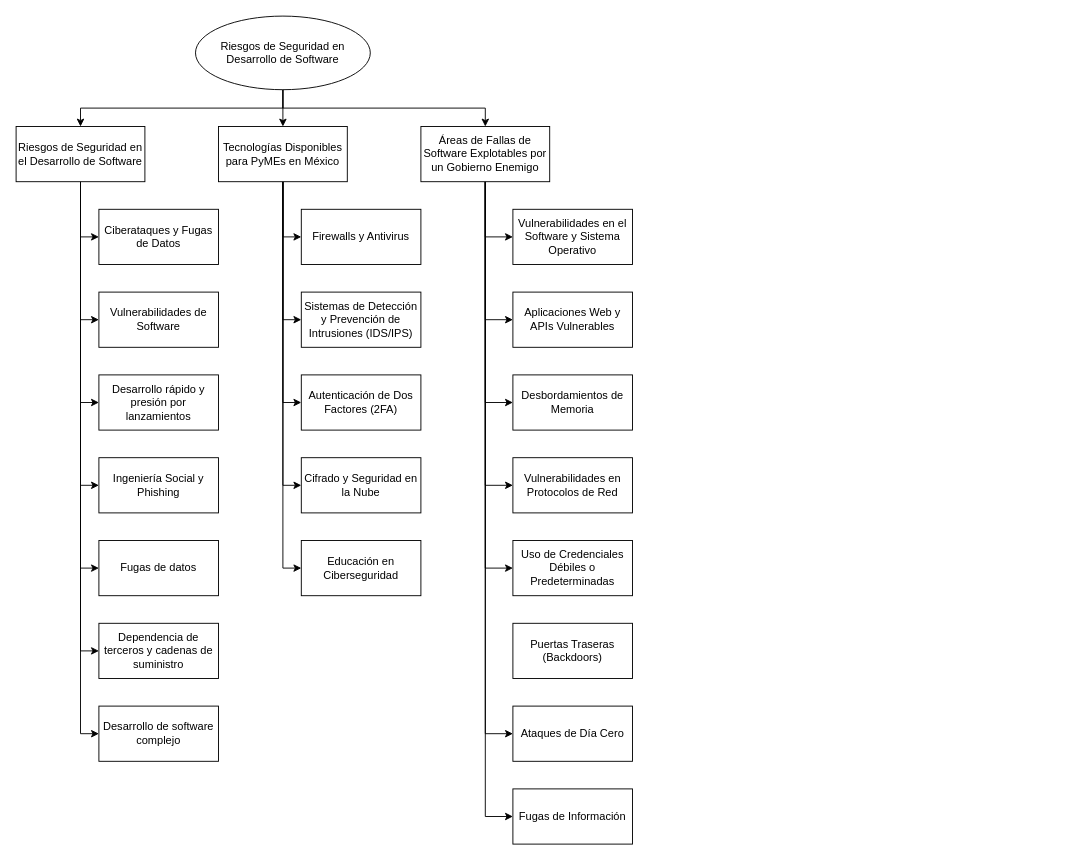
This is Mapa Mental Desarrollo Software Seguro.drawio from joseAcevesG/Mapa-Mental-Desarrollo-Software-Seguro, a draw.io file, before an edit. Source tidied: cells renumbered, new cells numbered last; positions are measured from the earlier drawing's top-left corner, leaving out a move shared by most shapes. Both pictures are drawn from the tidied source at 92%, with x=0, y=0 at pixel (16, 16).
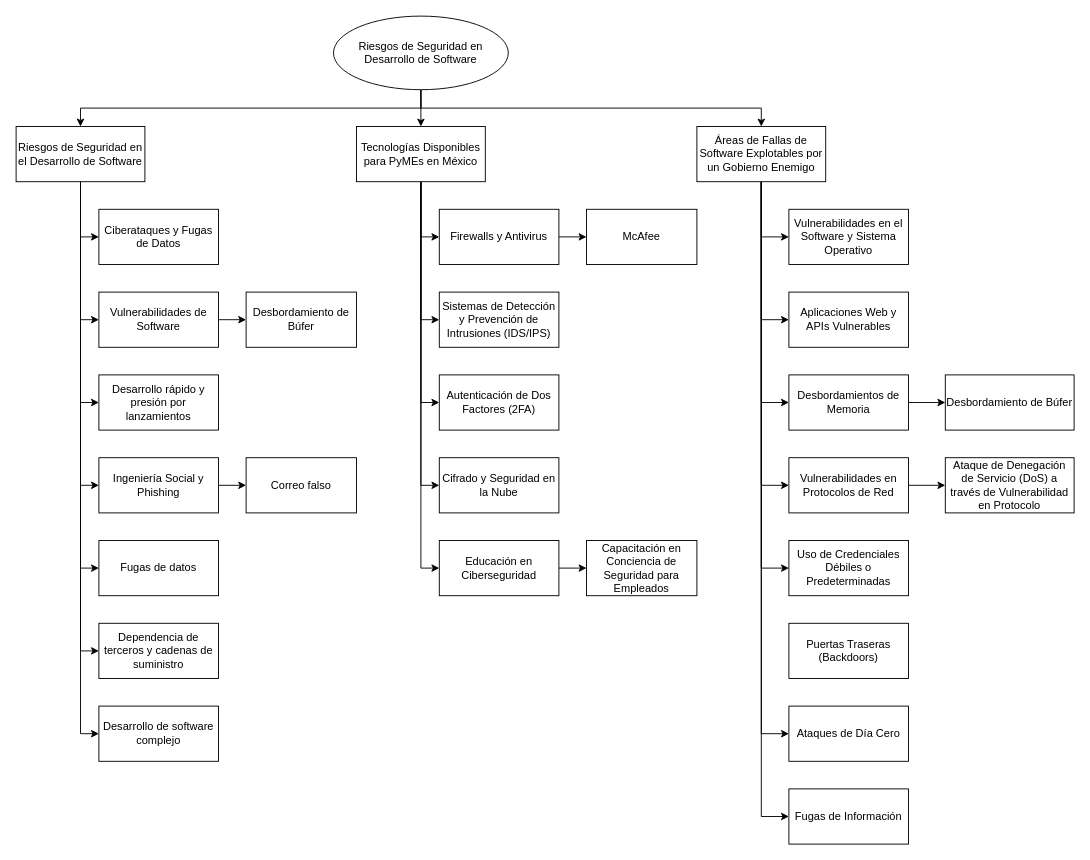
After the change.

The change refers to these unchanged cells:
```xml
<mxCell id="29" value="Vulnerabilidades de Software" style="rounded=0;whiteSpace=wrap;html=1;" parent="1" vertex="1">
  <mxGeometry x="90" y="300" width="130" height="60" as="geometry" />
</mxCell>
<mxCell id="31" value="Ingeniería Social y Phishing" style="rounded=0;whiteSpace=wrap;html=1;" parent="1" vertex="1">
  <mxGeometry x="90" y="480" width="130" height="60" as="geometry" />
</mxCell>
```

What changed in the source:
```diff
@@
     <mxCell id="5" value=" Riesgos de Seguridad en Desarrollo de Software" style="ellipse;whiteSpace=wrap;html=1;" parent="1" vertex="1">
-      <mxGeometry x="195" width="190" height="80" as="geometry" />
+      <mxGeometry x="345" width="190" height="80" as="geometry" />
     </mxCell>
@@
     <mxCell id="19" value="Tecnologías Disponibles para PyMEs en México" style="rounded=0;whiteSpace=wrap;html=1;" parent="1" vertex="1">
-      <mxGeometry x="220" y="120" width="140" height="60" as="geometry" />
+      <mxGeometry x="370" y="120" width="140" height="60" as="geometry" />
     </mxCell>
@@
     <mxCell id="27" value="Áreas de Fallas de Software Explotables por un Gobierno Enemigo" style="rounded=0;whiteSpace=wrap;html=1;" parent="1" vertex="1">
-      <mxGeometry x="440" y="120" width="140" height="60" as="geometry" />
+      <mxGeometry x="740" y="120" width="140" height="60" as="geometry" />
     </mxCell>
@@
+    <mxCell id="48" style="edgeStyle=orthogonalEdgeStyle;rounded=0;jettySize=auto;html=1;exitX=1;exitY=0.5;exitDx=0;exitDy=0;entryX=0;entryY=0.5;entryDx=0;entryDy=0;" parent="1" edge="1" source="29" target="54">
+      <mxGeometry relative="1" as="geometry" />
+    </mxCell>
+    <mxCell id="49" style="edgeStyle=orthogonalEdgeStyle;rounded=0;jettySize=auto;html=1;exitX=1;exitY=0.5;exitDx=0;exitDy=0;entryX=0;entryY=0.5;entryDx=0;entryDy=0;" parent="1" edge="1" source="31" target="55">
+      <mxGeometry relative="1" as="geometry" />
+    </mxCell>
@@
+    <mxCell id="50" style="edgeStyle=orthogonalEdgeStyle;rounded=0;jettySize=auto;html=1;exitX=1;exitY=0.5;exitDx=0;exitDy=0;entryX=0;entryY=0.5;entryDx=0;entryDy=0;" parent="1" edge="1" source="35" target="56">
+      <mxGeometry relative="1" as="geometry" />
+    </mxCell>
     <mxCell id="35" value="Firewalls y Antivirus" style="rounded=0;whiteSpace=wrap;html=1;" parent="1" vertex="1">
-      <mxGeometry x="310" y="210" width="130" height="60" as="geometry" />
+      <mxGeometry x="460" y="210" width="130" height="60" as="geometry" />
     </mxCell>
     <mxCell id="36" value="Sistemas de Detección y Prevención de Intrusiones (IDS/IPS)" style="rounded=0;whiteSpace=wrap;html=1;" parent="1" vertex="1">
-      <mxGeometry x="310" y="300" width="130" height="60" as="geometry" />
+      <mxGeometry x="460" y="300" width="130" height="60" as="geometry" />
     </mxCell>
     <mxCell id="37" value="Autenticación de Dos Factores (2FA)" style="rounded=0;whiteSpace=wrap;html=1;" parent="1" vertex="1">
-      <mxGeometry x="310" y="390" width="130" height="60" as="geometry" />
+      <mxGeometry x="460" y="390" width="130" height="60" as="geometry" />
     </mxCell>
     <mxCell id="38" value="Cifrado y Seguridad en la Nube" style="rounded=0;whiteSpace=wrap;html=1;" parent="1" vertex="1">
-      <mxGeometry x="310" y="480" width="130" height="60" as="geometry" />
+      <mxGeometry x="460" y="480" width="130" height="60" as="geometry" />
     </mxCell>
+    <mxCell id="51" style="edgeStyle=orthogonalEdgeStyle;rounded=0;jettySize=auto;html=1;exitX=1;exitY=0.5;exitDx=0;exitDy=0;entryX=0;entryY=0.5;entryDx=0;entryDy=0;" parent="1" edge="1" source="39" target="57">
+      <mxGeometry relative="1" as="geometry" />
+    </mxCell>
     <mxCell id="39" value="Educación en Ciberseguridad" style="rounded=0;whiteSpace=wrap;html=1;" parent="1" vertex="1">
-      <mxGeometry x="310" y="570" width="130" height="60" as="geometry" />
+      <mxGeometry x="460" y="570" width="130" height="60" as="geometry" />
     </mxCell>
     <mxCell id="40" value="Vulnerabilidades en el Software y Sistema Operativo" style="rounded=0;whiteSpace=wrap;html=1;" parent="1" vertex="1">
-      <mxGeometry x="540" y="210" width="130" height="60" as="geometry" />
+      <mxGeometry x="840" y="210" width="130" height="60" as="geometry" />
     </mxCell>
     <mxCell id="41" value="Aplicaciones Web y APIs Vulnerables" style="rounded=0;whiteSpace=wrap;html=1;" parent="1" vertex="1">
-      <mxGeometry x="540" y="300" width="130" height="60" as="geometry" />
+      <mxGeometry x="840" y="300" width="130" height="60" as="geometry" />
     </mxCell>
+    <mxCell id="52" style="edgeStyle=orthogonalEdgeStyle;rounded=0;jettySize=auto;html=1;entryX=0;entryY=0.5;entryDx=0;entryDy=0;" parent="1" edge="1" source="42" target="58">
+      <mxGeometry relative="1" as="geometry" />
+    </mxCell>
     <mxCell id="42" value="Desbordamientos de Memoria" style="rounded=0;whiteSpace=wrap;html=1;" parent="1" vertex="1">
-      <mxGeometry x="540" y="390" width="130" height="60" as="geometry" />
+      <mxGeometry x="840" y="390" width="130" height="60" as="geometry" />
     </mxCell>
+    <mxCell id="53" style="edgeStyle=orthogonalEdgeStyle;rounded=0;jettySize=auto;html=1;entryX=0;entryY=0.5;entryDx=0;entryDy=0;" parent="1" edge="1" source="43" target="59">
+      <mxGeometry relative="1" as="geometry" />
+    </mxCell>
     <mxCell id="43" value="Vulnerabilidades en Protocolos de Red" style="rounded=0;whiteSpace=wrap;html=1;" parent="1" vertex="1">
-      <mxGeometry x="540" y="480" width="130" height="60" as="geometry" />
+      <mxGeometry x="840" y="480" width="130" height="60" as="geometry" />
     </mxCell>
     <mxCell id="44" value="Uso de Credenciales Débiles o Predeterminadas" style="rounded=0;whiteSpace=wrap;html=1;" parent="1" vertex="1">
-      <mxGeometry x="540" y="570" width="130" height="60" as="geometry" />
+      <mxGeometry x="840" y="570" width="130" height="60" as="geometry" />
     </mxCell>
     <mxCell id="45" value="Puertas Traseras (Backdoors)" style="rounded=0;whiteSpace=wrap;html=1;" parent="1" vertex="1">
-      <mxGeometry x="540" y="660" width="130" height="60" as="geometry" />
+      <mxGeometry x="840" y="660" width="130" height="60" as="geometry" />
     </mxCell>
     <mxCell id="46" value="Ataques de Día Cero" style="rounded=0;whiteSpace=wrap;html=1;" parent="1" vertex="1">
-      <mxGeometry x="540" y="750" width="130" height="60" as="geometry" />
+      <mxGeometry x="840" y="750" width="130" height="60" as="geometry" />
     </mxCell>
     <mxCell id="47" value="Fugas de Información" style="rounded=0;whiteSpace=wrap;html=1;" parent="1" vertex="1">
-      <mxGeometry x="540" y="840" width="130" height="60" as="geometry" />
+      <mxGeometry x="840" y="840" width="130" height="60" as="geometry" />
     </mxCell>
+    <mxCell id="54" value="Desbordamiento de Búfer" style="rounded=0;whiteSpace=wrap;html=1;" parent="1" vertex="1">
+      <mxGeometry x="250" y="300" width="120" height="60" as="geometry" />
+    </mxCell>
+    <mxCell id="55" value="Correo falso" style="rounded=0;whiteSpace=wrap;html=1;" parent="1" vertex="1">
+      <mxGeometry x="250" y="480" width="120" height="60" as="geometry" />
+    </mxCell>
+    <mxCell id="56" value="McAfee" style="rounded=0;whiteSpace=wrap;html=1;" parent="1" vertex="1">
+      <mxGeometry x="620" y="210" width="120" height="60" as="geometry" />
+    </mxCell>
+    <mxCell id="57" value="Capacitación en Conciencia de Seguridad para Empleados" style="rounded=0;whiteSpace=wrap;html=1;" parent="1" vertex="1">
+      <mxGeometry x="620" y="570" width="120" height="60" as="geometry" />
+    </mxCell>
+    <mxCell id="58" value="Desbordamiento de Búfer" style="rounded=0;whiteSpace=wrap;html=1;" parent="1" vertex="1">
+      <mxGeometry x="1010" y="390" width="140" height="60" as="geometry" />
+    </mxCell>
+    <mxCell id="59" value="Ataque de Denegación de Servicio (DoS) a través de Vulnerabilidad en Protocolo" style="rounded=0;whiteSpace=wrap;html=1;" parent="1" vertex="1">
+      <mxGeometry x="1010" y="480" width="140" height="60" as="geometry" />
+    </mxCell>
```
